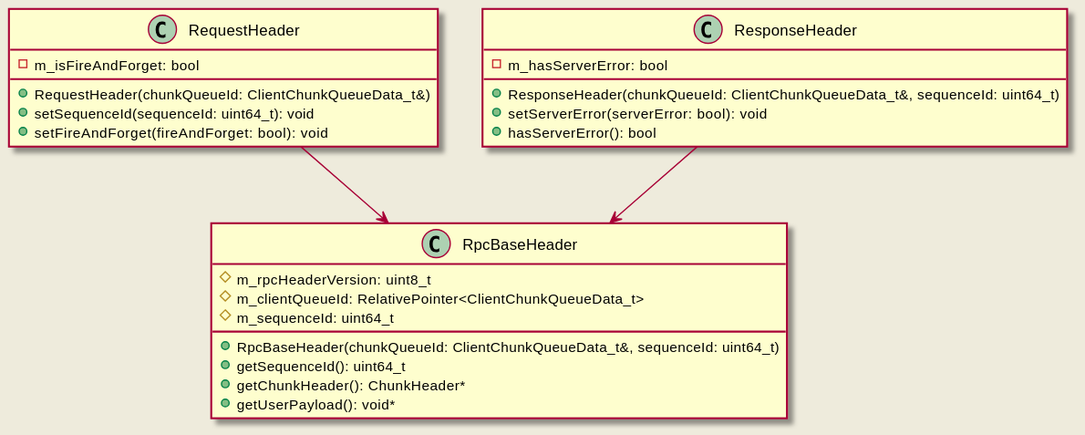
The PlantUML diagram doc/design/diagrams/request_response/request_response_header.svg in eclipse-iceoryx/iceoryx, before a commit. Its source is kept beside it as doc/design/diagrams/request_response/request_response_header.puml. The source it was exported from:
```plantuml
@startuml
skinparam backgroundColor #EEEBDC

class RpcBaseHeader {
  + RpcBaseHeader(chunkQueueId: ClientChunkQueueData_t&, sequenceId: uint64_t)
  + getSequenceId(): uint64_t
  + getChunkHeader(): ChunkHeader*
  + getUserPayload(): void*
  # m_rpcHeaderVersion: uint8_t
  # m_clientQueueId: RelativePointer<ClientChunkQueueData_t>
  # m_sequenceId: uint64_t
}

class RequestHeader {
  + RequestHeader(chunkQueueId: ClientChunkQueueData_t&)
  + setSequenceId(sequenceId: uint64_t): void
  + setFireAndForget(fireAndForget: bool): void
  - m_isFireAndForget: bool
}

class ResponseHeader {
  + ResponseHeader(chunkQueueId: ClientChunkQueueData_t&, sequenceId: uint64_t)
  + setServerError(serverError: bool): void
  + hasServerError(): bool
  - m_hasServerError: bool
}

RequestHeader --> RpcBaseHeader
ResponseHeader --> RpcBaseHeader

@enduml
```
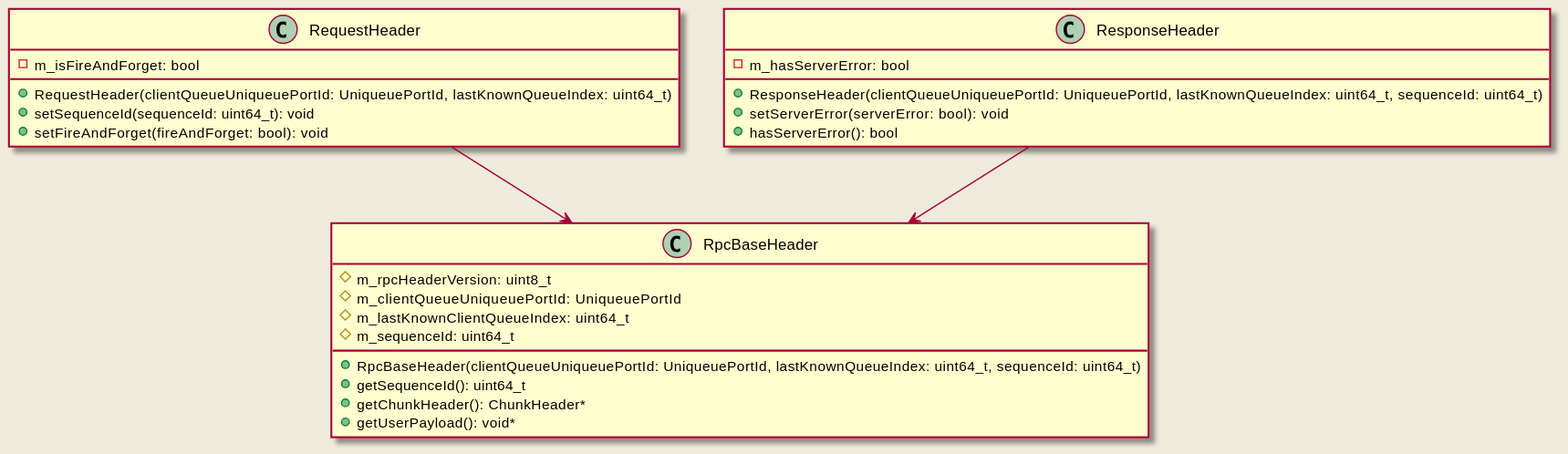
The same file after the commit.

Commit message:
iox-#27 Refine request and response header

Diff of the diagram source:
```diff
@@ -2,24 +2,25 @@
 skinparam backgroundColor #EEEBDC
 
 class RpcBaseHeader {
-  + RpcBaseHeader(chunkQueueId: ClientChunkQueueData_t&, sequenceId: uint64_t)
+  + RpcBaseHeader(clientQueueUniqueuePortId: UniqueuePortId, lastKnownQueueIndex: uint64_t, sequenceId: uint64_t)
   + getSequenceId(): uint64_t
   + getChunkHeader(): ChunkHeader*
   + getUserPayload(): void*
   # m_rpcHeaderVersion: uint8_t
-  # m_clientQueueId: RelativePointer<ClientChunkQueueData_t>
+  # m_clientQueueUniqueuePortId: UniqueuePortId
+  # m_lastKnownClientQueueIndex: uint64_t
   # m_sequenceId: uint64_t
 }
 
 class RequestHeader {
-  + RequestHeader(chunkQueueId: ClientChunkQueueData_t&)
+  + RequestHeader(clientQueueUniqueuePortId: UniqueuePortId, lastKnownQueueIndex: uint64_t)
   + setSequenceId(sequenceId: uint64_t): void
   + setFireAndForget(fireAndForget: bool): void
   - m_isFireAndForget: bool
 }
 
 class ResponseHeader {
-  + ResponseHeader(chunkQueueId: ClientChunkQueueData_t&, sequenceId: uint64_t)
+  + ResponseHeader(clientQueueUniqueuePortId: UniqueuePortId, lastKnownQueueIndex: uint64_t, sequenceId: uint64_t)
   + setServerError(serverError: bool): void
   + hasServerError(): bool
   - m_hasServerError: bool
```
